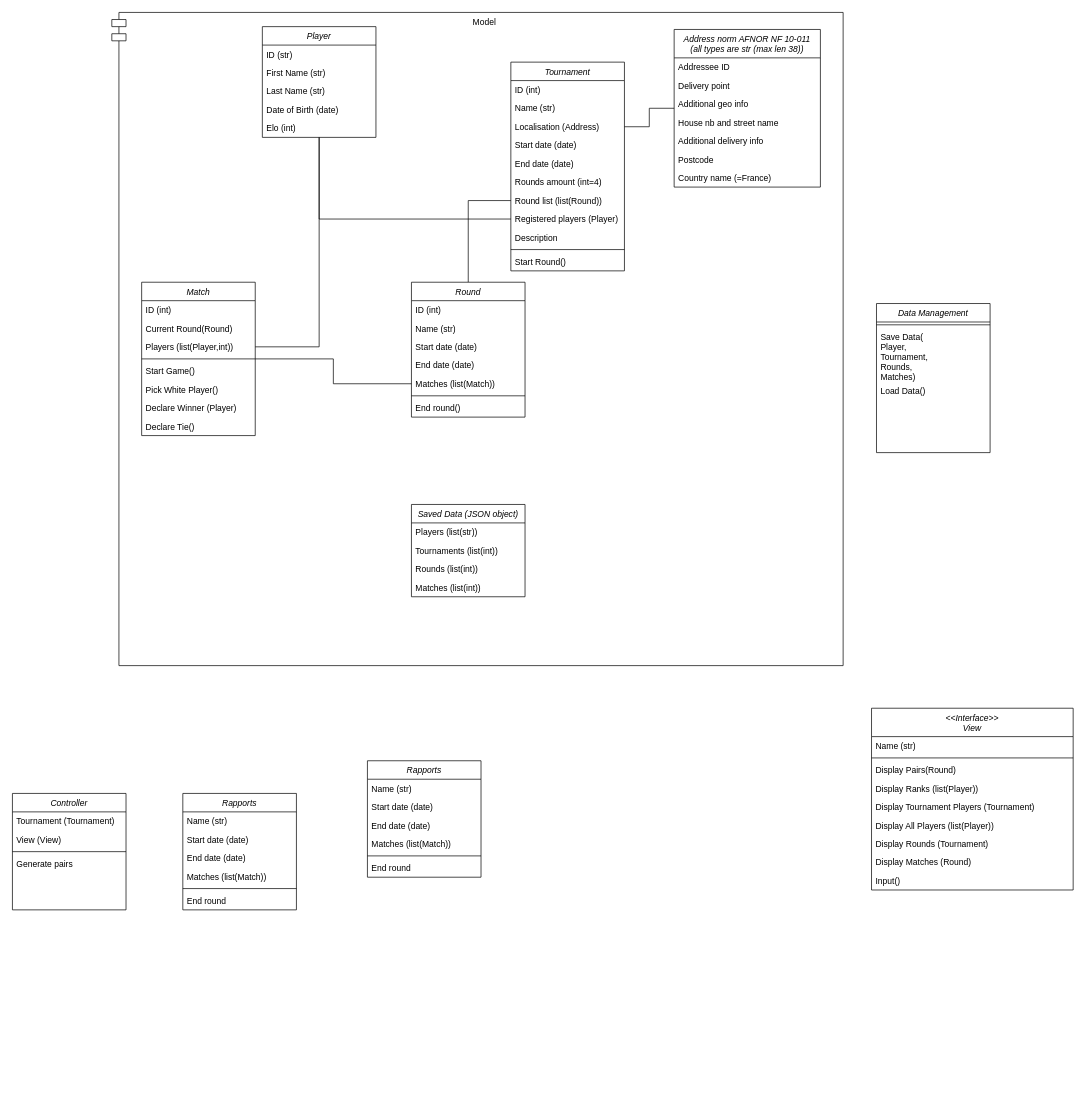
Earlier version of the draw.io diagram OC4-Class-Diagram.drawio (AlyxEugenot/OC-Courses). Source tidied: cells renumbered, new cells numbered last; positions are measured from the earlier drawing's top-left corner, leaving out a move shared by most shapes. Both pictures are drawn from the tidied source at 71%, with x=0, y=0 at pixel (12, 12).
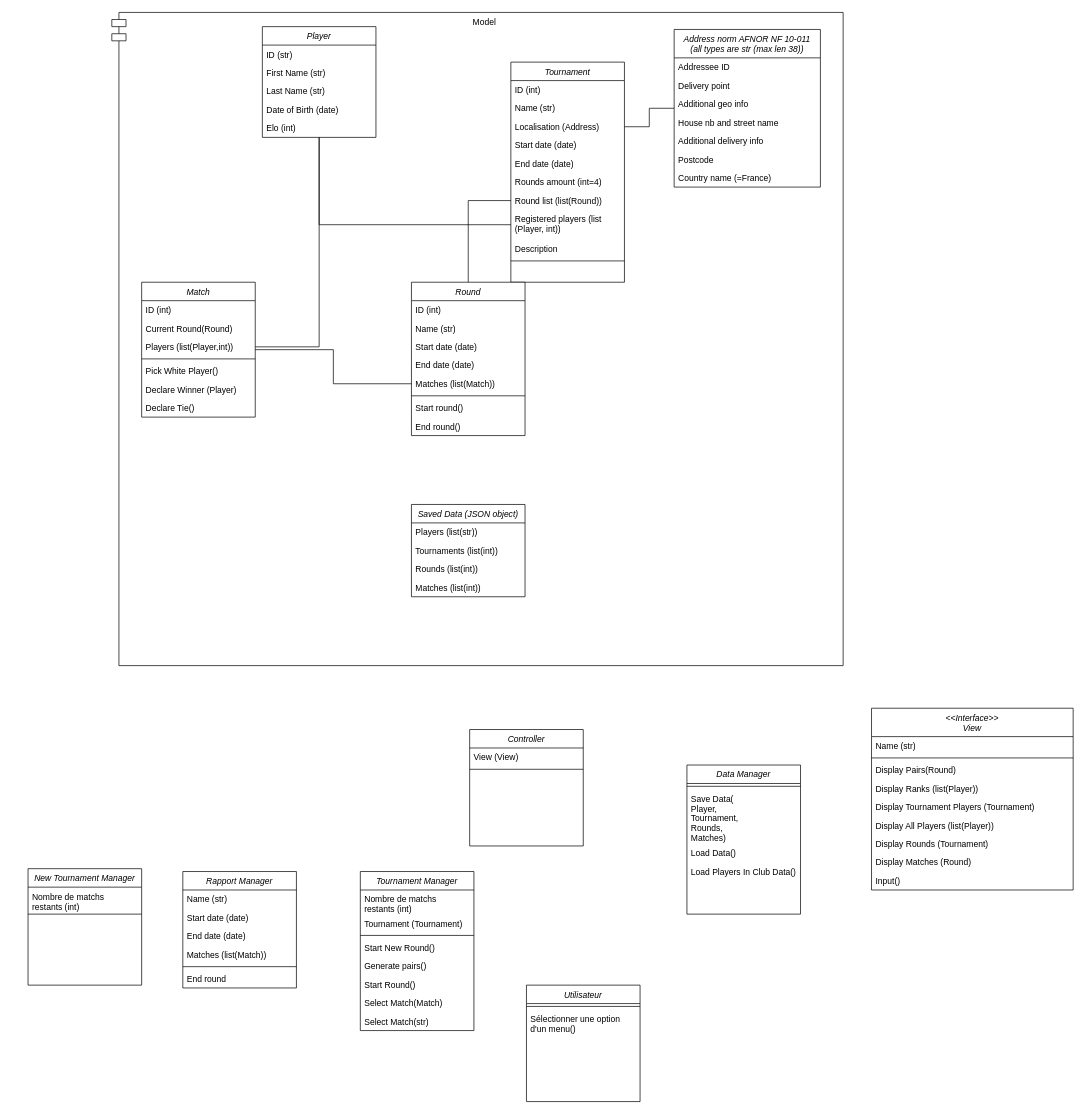
After the change.

Commit message:
Mettre à jour OC4-Class-Diagram.drawio

Change to the diagram source:
```diff
@@
     <mxCell id="10" value="Tournament" style="swimlane;fontStyle=2;align=center;verticalAlign=top;horizontal=1;startSize=26;rounded=0;shadow=0;strokeWidth=1;" parent="1" vertex="1">
-      <mxGeometry x="702" y="70" width="160" height="294" as="geometry" />
+      <mxGeometry x="702" y="70" width="160" height="310" as="geometry" />
     </mxCell>
@@
-    <mxCell id="18" value="Registered players (Player)" style="text;align=left;verticalAlign=top;spacingLeft=4;spacingRight=4;overflow=hidden;points=[[0,0.5],[1,0.5]];portConstraint=eastwest;rounded=0;shadow=0;html=0;" parent="10" vertex="1">
-      <mxGeometry y="208" width="160" height="26" as="geometry" />
+    <mxCell id="18" value="Registered players (list&#10;(Player, int))" style="text;align=left;verticalAlign=top;spacingLeft=4;spacingRight=4;overflow=hidden;points=[[0,0.5],[1,0.5]];portConstraint=eastwest;rounded=0;shadow=0;html=0;" parent="10" vertex="1">
+      <mxGeometry y="208" width="160" height="42" as="geometry" />
     </mxCell>
     <mxCell id="19" value="Description" style="text;align=left;verticalAlign=top;spacingLeft=4;spacingRight=4;overflow=hidden;rounded=0;shadow=0;html=0;" parent="10" vertex="1">
-      <mxGeometry y="234" width="160" height="26" as="geometry" />
+      <mxGeometry y="250" width="160" height="26" as="geometry" />
     </mxCell>
     <mxCell id="20" style="line;strokeWidth=1;fillColor=none;align=left;verticalAlign=middle;spacingTop=-1;spacingLeft=3;spacingRight=3;labelPosition=right;strokeColor=inherit;" parent="10" vertex="1">
-      <mxGeometry y="260" width="160" height="8" as="geometry" />
+      <mxGeometry y="276" width="160" height="8" as="geometry" />
     </mxCell>
-    <mxCell id="21" value="Start Round()" style="text;align=left;verticalAlign=top;spacingLeft=4;spacingRight=4;overflow=hidden;rounded=0;shadow=0;html=0;" parent="10" vertex="1">
-      <mxGeometry y="268" width="160" height="26" as="geometry" />
-    </mxCell>
@@
     <mxCell id="32" value="Round" style="swimlane;fontStyle=2;align=center;verticalAlign=top;horizontal=1;startSize=26;rounded=0;shadow=0;strokeWidth=1;" parent="1" vertex="1">
-      <mxGeometry x="562" y="380" width="160" height="190" as="geometry" />
+      <mxGeometry x="562" y="380" width="160" height="216" as="geometry" />
     </mxCell>
@@
-    <mxCell id="39" value="End round()" style="text;align=left;verticalAlign=top;spacingLeft=4;spacingRight=4;overflow=hidden;rounded=0;shadow=0;html=0;" parent="32" vertex="1">
+    <mxCell id="39" value="Start round()" style="text;align=left;verticalAlign=top;spacingLeft=4;spacingRight=4;overflow=hidden;rounded=0;shadow=0;html=0;" parent="32" vertex="1">
       <mxGeometry y="164" width="160" height="26" as="geometry" />
     </mxCell>
+    <mxCell id="89" value="End round()" style="text;align=left;verticalAlign=top;spacingLeft=4;spacingRight=4;overflow=hidden;rounded=0;shadow=0;html=0;" parent="32" vertex="1">
+      <mxGeometry y="190" width="160" height="26" as="geometry" />
+    </mxCell>
@@
     <mxCell id="41" value="Match" style="swimlane;fontStyle=2;align=center;verticalAlign=top;horizontal=1;startSize=26;rounded=0;shadow=0;strokeWidth=1;" parent="1" vertex="1">
-      <mxGeometry x="182" y="380" width="160" height="216" as="geometry" />
+      <mxGeometry x="182" y="380" width="160" height="190" as="geometry" />
     </mxCell>
@@
-    <mxCell id="46" value="Start Game()" style="text;align=left;verticalAlign=top;spacingLeft=4;spacingRight=4;overflow=hidden;rounded=0;shadow=0;html=0;" parent="41" vertex="1">
-      <mxGeometry y="112" width="160" height="26" as="geometry" />
-    </mxCell>
     <mxCell id="47" value="Pick White Player()" style="text;align=left;verticalAlign=top;spacingLeft=4;spacingRight=4;overflow=hidden;rounded=0;shadow=0;html=0;" parent="41" vertex="1">
-      <mxGeometry y="138" width="160" height="26" as="geometry" />
+      <mxGeometry y="112" width="160" height="26" as="geometry" />
     </mxCell>
     <mxCell id="48" value="Declare Winner (Player)" style="text;align=left;verticalAlign=top;spacingLeft=4;spacingRight=4;overflow=hidden;rounded=0;shadow=0;html=0;" parent="41" vertex="1">
-      <mxGeometry y="164" width="160" height="26" as="geometry" />
+      <mxGeometry y="138" width="160" height="26" as="geometry" />
     </mxCell>
     <mxCell id="49" value="Declare Tie()" style="text;align=left;verticalAlign=top;spacingLeft=4;spacingRight=4;overflow=hidden;rounded=0;shadow=0;html=0;" parent="41" vertex="1">
-      <mxGeometry y="190" width="160" height="26" as="geometry" />
+      <mxGeometry y="164" width="160" height="26" as="geometry" />
     </mxCell>
@@
-    <mxCell id="51" value="Rapports" style="swimlane;fontStyle=2;align=center;verticalAlign=top;horizontal=1;startSize=26;rounded=0;shadow=0;strokeWidth=1;" parent="1" vertex="1">
-      <mxGeometry x="240" y="1100" width="160" height="164" as="geometry" />
+    <mxCell id="51" value="Rapport Manager" style="swimlane;fontStyle=2;align=center;verticalAlign=top;horizontal=1;startSize=26;rounded=0;shadow=0;strokeWidth=1;" parent="1" vertex="1">
+      <mxGeometry x="240" y="1210" width="160" height="164" as="geometry" />
     </mxCell>
@@
-    <mxCell id="58" value="Rapports" style="swimlane;fontStyle=2;align=center;verticalAlign=top;horizontal=1;startSize=26;rounded=0;shadow=0;strokeWidth=1;" parent="1" vertex="1">
-      <mxGeometry x="500" y="1054" width="160" height="164" as="geometry" />
-    </mxCell>
-    <mxCell id="59" value="Name (str)" style="text;align=left;verticalAlign=top;spacingLeft=4;spacingRight=4;overflow=hidden;" parent="58" vertex="1">
-      <mxGeometry y="26" width="160" height="26" as="geometry" />
-    </mxCell>
-    <mxCell id="60" value="Start date (date)" style="text;align=left;verticalAlign=top;spacingLeft=4;spacingRight=4;overflow=hidden;rounded=0;shadow=0;html=0;" parent="58" vertex="1">
-      <mxGeometry y="52" width="160" height="26" as="geometry" />
-    </mxCell>
-    <mxCell id="61" value="End date (date)" style="text;align=left;verticalAlign=top;spacingLeft=4;spacingRight=4;overflow=hidden;rounded=0;shadow=0;html=0;" parent="58" vertex="1">
-      <mxGeometry y="78" width="160" height="26" as="geometry" />
-    </mxCell>
-    <mxCell id="62" value="Matches (list(Match))" style="text;align=left;verticalAlign=top;spacingLeft=4;spacingRight=4;overflow=hidden;rounded=0;shadow=0;html=0;" parent="58" vertex="1">
-      <mxGeometry y="104" width="160" height="26" as="geometry" />
-    </mxCell>
-    <mxCell id="63" style="line;strokeWidth=1;fillColor=none;align=left;verticalAlign=middle;spacingTop=-1;spacingLeft=3;spacingRight=3;labelPosition=right;strokeColor=inherit;" parent="58" vertex="1">
-      <mxGeometry y="130" width="160" height="8" as="geometry" />
-    </mxCell>
-    <mxCell id="64" value="End round" style="text;align=left;verticalAlign=top;spacingLeft=4;spacingRight=4;overflow=hidden;rounded=0;shadow=0;html=0;" parent="58" vertex="1">
-      <mxGeometry y="138" width="160" height="26" as="geometry" />
-    </mxCell>
-    <mxCell id="65" value="Controller" style="swimlane;fontStyle=2;align=center;verticalAlign=top;horizontal=1;startSize=26;rounded=0;shadow=0;strokeWidth=1;" parent="1" vertex="1">
-      <mxGeometry y="1100" width="160" height="164" as="geometry" />
+    <mxCell id="65" value="Tournament Manager" style="swimlane;fontStyle=2;align=center;verticalAlign=top;horizontal=1;startSize=26;rounded=0;shadow=0;strokeWidth=1;" parent="1" vertex="1">
+      <mxGeometry x="490" y="1210" width="160" height="224" as="geometry" />
     </mxCell>
-    <mxCell id="66" value="Tournament (Tournament)" style="text;align=left;verticalAlign=top;spacingLeft=4;spacingRight=4;overflow=hidden;" parent="65" vertex="1">
-      <mxGeometry y="26" width="160" height="26" as="geometry" />
+    <mxCell id="66" value="Nombre de matchs&#10;restants (int)&#10;" style="text;align=left;verticalAlign=top;spacingLeft=4;spacingRight=4;overflow=hidden;" parent="65" vertex="1">
+      <mxGeometry y="26" width="160" height="34" as="geometry" />
     </mxCell>
-    <mxCell id="67" value="View (View)" style="text;align=left;verticalAlign=top;spacingLeft=4;spacingRight=4;overflow=hidden;rounded=0;shadow=0;html=0;" parent="65" vertex="1">
-      <mxGeometry y="52" width="160" height="26" as="geometry" />
+    <mxCell id="67" value="Tournament (Tournament)" style="text;align=left;verticalAlign=top;spacingLeft=4;spacingRight=4;overflow=hidden;rounded=0;shadow=0;html=0;" parent="65" vertex="1">
+      <mxGeometry y="60" width="160" height="26" as="geometry" />
     </mxCell>
     <mxCell id="68" style="line;strokeWidth=1;fillColor=none;align=left;verticalAlign=middle;spacingTop=-1;spacingLeft=3;spacingRight=3;labelPosition=right;strokeColor=inherit;" parent="65" vertex="1">
-      <mxGeometry y="78" width="160" height="8" as="geometry" />
+      <mxGeometry y="86" width="160" height="8" as="geometry" />
     </mxCell>
+    <mxCell id="90" value="Start New Round()" style="text;align=left;verticalAlign=top;spacingLeft=4;spacingRight=4;overflow=hidden;rounded=0;shadow=0;html=0;" parent="65" vertex="1">
+      <mxGeometry y="94" width="160" height="26" as="geometry" />
+    </mxCell>
-    <mxCell id="69" value="Generate pairs" style="text;align=left;verticalAlign=top;spacingLeft=4;spacingRight=4;overflow=hidden;rounded=0;shadow=0;html=0;" parent="65" vertex="1">
-      <mxGeometry y="86" width="160" height="26" as="geometry" />
+    <mxCell id="69" value="Generate pairs()" style="text;align=left;verticalAlign=top;spacingLeft=4;spacingRight=4;overflow=hidden;rounded=0;shadow=0;html=0;" parent="65" vertex="1">
+      <mxGeometry y="120" width="160" height="26" as="geometry" />
     </mxCell>
+    <mxCell id="21" value="Start Round()" style="text;align=left;verticalAlign=top;spacingLeft=4;spacingRight=4;overflow=hidden;rounded=0;shadow=0;html=0;" parent="65" vertex="1">
+      <mxGeometry y="146" width="160" height="26" as="geometry" />
+    </mxCell>
+    <mxCell id="91" value="Select Match(Match)" style="text;align=left;verticalAlign=top;spacingLeft=4;spacingRight=4;overflow=hidden;rounded=0;shadow=0;html=0;" parent="65" vertex="1">
+      <mxGeometry y="172" width="160" height="26" as="geometry" />
+    </mxCell>
+    <mxCell id="92" value="Select Match(str)" style="text;align=left;verticalAlign=top;spacingLeft=4;spacingRight=4;overflow=hidden;rounded=0;shadow=0;html=0;" parent="65" vertex="1">
+      <mxGeometry y="198" width="160" height="26" as="geometry" />
+    </mxCell>
@@
-    <mxCell id="80" value="Data Management" style="swimlane;fontStyle=2;align=center;verticalAlign=top;horizontal=1;startSize=26;rounded=0;shadow=0;strokeWidth=1;" parent="1" vertex="1">
-      <mxGeometry x="1217" y="410" width="160" height="210" as="geometry" />
+    <mxCell id="80" value="Data Manager" style="swimlane;fontStyle=2;align=center;verticalAlign=top;horizontal=1;startSize=26;rounded=0;shadow=0;strokeWidth=1;" parent="1" vertex="1">
+      <mxGeometry x="950" y="1060" width="160" height="210" as="geometry" />
     </mxCell>
@@
+    <mxCell id="93" value="Load Players In Club Data()" style="text;align=left;verticalAlign=top;spacingLeft=4;spacingRight=4;overflow=hidden;rounded=0;shadow=0;html=0;" parent="80" vertex="1">
+      <mxGeometry y="138" width="160" height="28" as="geometry" />
+    </mxCell>
@@
+    <mxCell id="94" value="Utilisateur" style="swimlane;fontStyle=2;align=center;verticalAlign=top;horizontal=1;startSize=26;rounded=0;shadow=0;strokeWidth=1;" parent="1" vertex="1">
+      <mxGeometry x="724" y="1370" width="160" height="164" as="geometry" />
+    </mxCell>
+    <mxCell id="95" style="line;strokeWidth=1;fillColor=none;align=left;verticalAlign=middle;spacingTop=-1;spacingLeft=3;spacingRight=3;labelPosition=right;strokeColor=inherit;" parent="94" vertex="1">
+      <mxGeometry y="26" width="160" height="8" as="geometry" />
+    </mxCell>
+    <mxCell id="96" value="Sélectionner une option&#10;d'un menu()" style="text;align=left;verticalAlign=top;spacingLeft=4;spacingRight=4;overflow=hidden;rounded=0;shadow=0;html=0;" parent="94" vertex="1">
+      <mxGeometry y="34" width="160" height="36" as="geometry" />
+    </mxCell>
+    <mxCell id="97" value="New Tournament Manager" style="swimlane;fontStyle=2;align=center;verticalAlign=top;horizontal=1;startSize=26;rounded=0;shadow=0;strokeWidth=1;" parent="1" vertex="1">
+      <mxGeometry x="22" y="1206" width="160" height="164" as="geometry" />
+    </mxCell>
+    <mxCell id="98" value="Nombre de matchs&#10;restants (int)&#10;" style="text;align=left;verticalAlign=top;spacingLeft=4;spacingRight=4;overflow=hidden;" parent="97" vertex="1">
+      <mxGeometry y="26" width="160" height="34" as="geometry" />
+    </mxCell>
+    <mxCell id="99" style="line;strokeWidth=1;fillColor=none;align=left;verticalAlign=middle;spacingTop=-1;spacingLeft=3;spacingRight=3;labelPosition=right;strokeColor=inherit;" parent="97" vertex="1">
+      <mxGeometry y="60" width="160" height="8" as="geometry" />
+    </mxCell>
+    <mxCell id="100" value="Controller" style="swimlane;fontStyle=2;align=center;verticalAlign=top;horizontal=1;startSize=26;rounded=0;shadow=0;strokeWidth=1;" parent="1" vertex="1">
+      <mxGeometry x="644" y="1010" width="160" height="164" as="geometry" />
+    </mxCell>
+    <mxCell id="101" value="View (View)" style="text;align=left;verticalAlign=top;spacingLeft=4;spacingRight=4;overflow=hidden;rounded=0;shadow=0;html=0;" parent="100" vertex="1">
+      <mxGeometry y="26" width="160" height="26" as="geometry" />
+    </mxCell>
+    <mxCell id="102" style="line;strokeWidth=1;fillColor=none;align=left;verticalAlign=middle;spacingTop=-1;spacingLeft=3;spacingRight=3;labelPosition=right;strokeColor=inherit;" parent="100" vertex="1">
+      <mxGeometry y="52" width="160" height="8" as="geometry" />
+    </mxCell>
```
